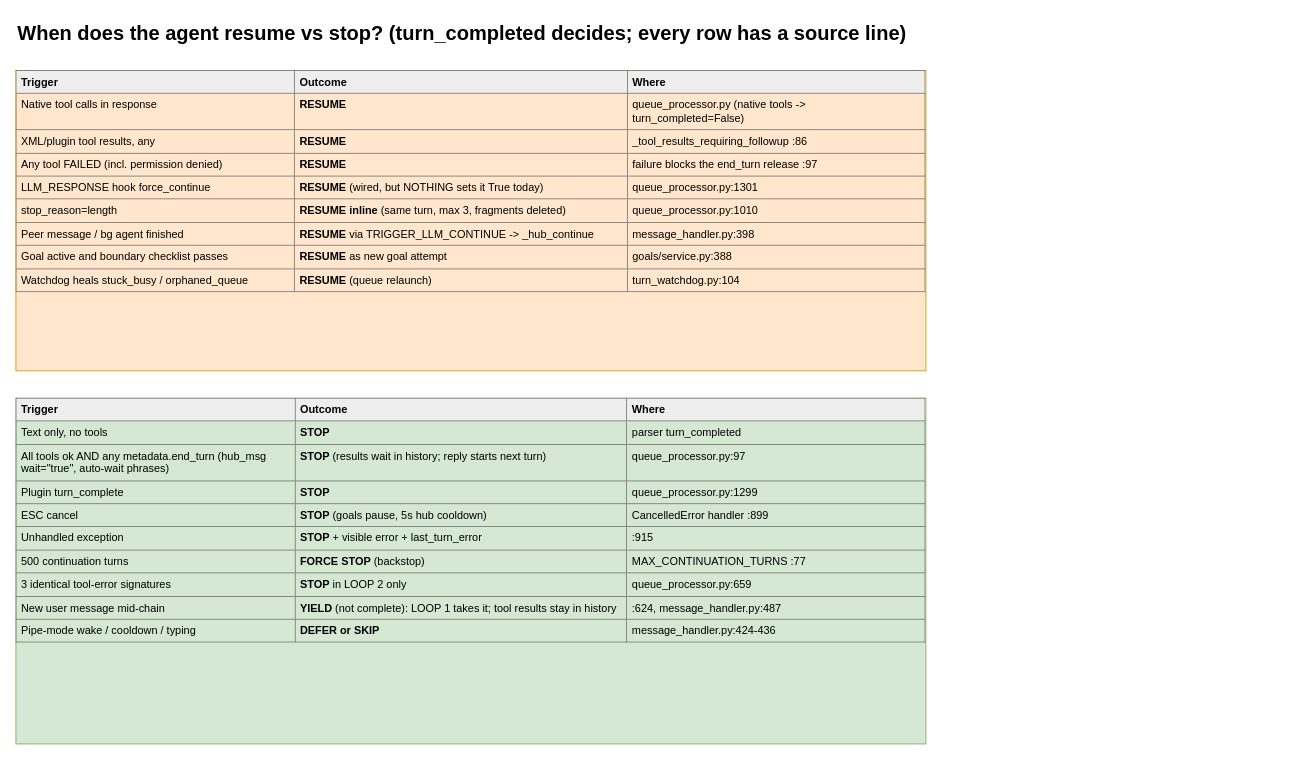
This is page "4 Resume Vs Stop" (4 of 4) of docs/diagrams/tool-call-lifecycle.drawio from kollaborai/kollab, a draw.io file, before an edit. Source tidied: cells renumbered, new cells numbered last; positions are measured from the earlier drawing's top-left corner, leaving out a move shared by most shapes. Both pictures are drawn from the tidied source at 91%, with x=0, y=0 at pixel (15, 15).
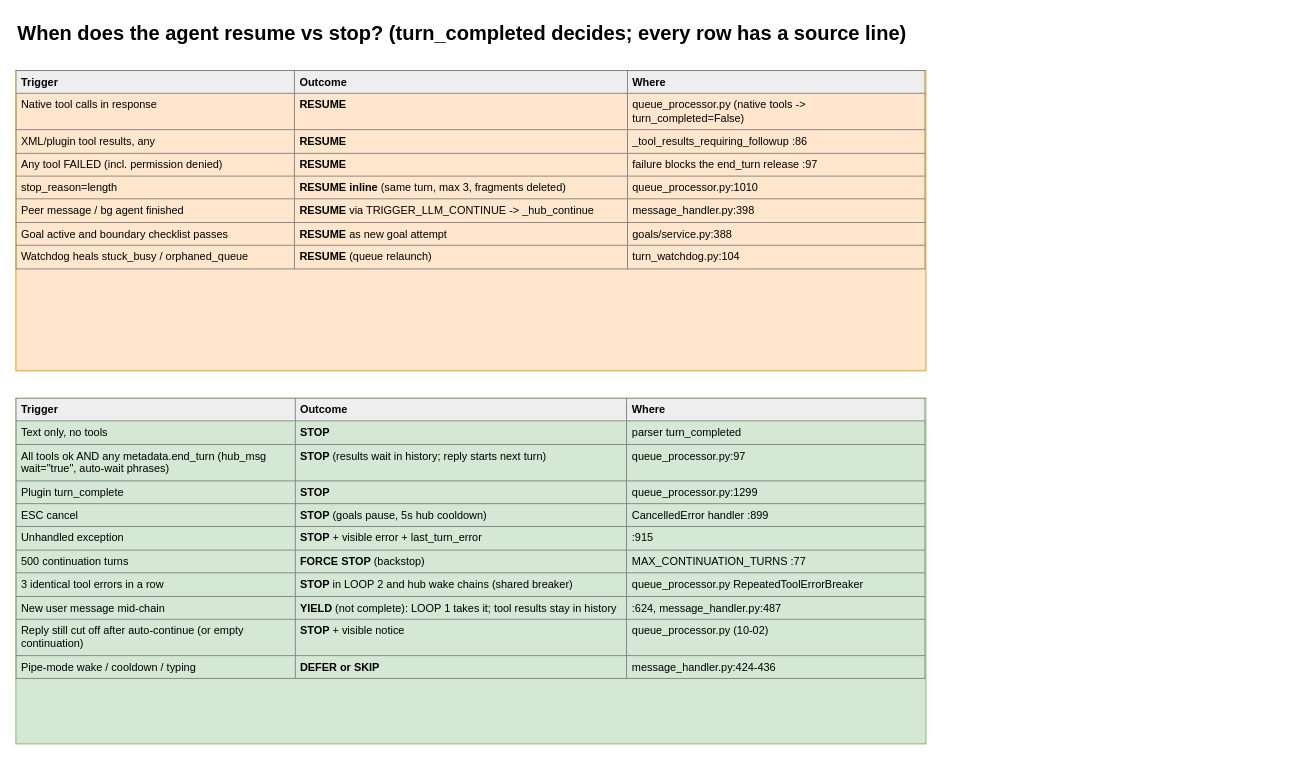
After the change.

What changed in the source:
```diff
@@
 <mxGraphModel>
   <root>
     <mxCell id="0" />
     <mxCell id="1" parent="0" />
     <mxCell id="2" value="When does the agent resume vs stop?  (turn_completed decides; every row has a source line)" style="text;html=1;fontSize=22;fontStyle=1;align=left;" parent="1" vertex="1">
       <mxGeometry width="1400" height="40" as="geometry" />
     </mxCell>
-    <mxCell id="3" value="&lt;table border=&quot;1&quot; cellpadding=&quot;5&quot; style=&quot;border-collapse:collapse;font-size:12px;width:100%&quot;&gt;&lt;tr&gt;&lt;th style=&quot;background:#eee;text-align:left;width:300px&quot;&gt;Trigger&lt;/th&gt;&lt;th style=&quot;background:#eee;text-align:left;width:360px&quot;&gt;Outcome&lt;/th&gt;&lt;th style=&quot;background:#eee;text-align:left;width:320px&quot;&gt;Where&lt;/th&gt;&lt;/tr&gt;&lt;tr&gt;&lt;td valign=&quot;top&quot;&gt;Native tool calls in response&lt;/td&gt;&lt;td valign=&quot;top&quot;&gt;&lt;b&gt;RESUME&lt;/b&gt;&lt;/td&gt;&lt;td valign=&quot;top&quot;&gt;queue_processor.py (native tools -&gt; turn_completed=False)&lt;/td&gt;&lt;/tr&gt;&lt;tr&gt;&lt;td valign=&quot;top&quot;&gt;XML/plugin tool results, any&lt;/td&gt;&lt;td valign=&quot;top&quot;&gt;&lt;b&gt;RESUME&lt;/b&gt;&lt;/td&gt;&lt;td valign=&quot;top&quot;&gt;_tool_results_requiring_followup :86&lt;/td&gt;&lt;/tr&gt;&lt;tr&gt;&lt;td valign=&quot;top&quot;&gt;Any tool FAILED (incl. permission denied)&lt;/td&gt;&lt;td valign=&quot;top&quot;&gt;&lt;b&gt;RESUME&lt;/b&gt;&lt;/td&gt;&lt;td valign=&quot;top&quot;&gt;failure blocks the end_turn release :97&lt;/td&gt;&lt;/tr&gt;&lt;tr&gt;&lt;td valign=&quot;top&quot;&gt;LLM_RESPONSE hook force_continue&lt;/td&gt;&lt;td valign=&quot;top&quot;&gt;&lt;b&gt;RESUME&lt;/b&gt; (wired, but NOTHING sets it True today)&lt;/td&gt;&lt;td valign=&quot;top&quot;&gt;queue_processor.py:1301&lt;/td&gt;&lt;/tr&gt;&lt;tr&gt;&lt;td valign=&quot;top&quot;&gt;stop_reason=length&lt;/td&gt;&lt;td valign=&quot;top&quot;&gt;&lt;b&gt;RESUME inline&lt;/b&gt; (same turn, max 3, fragments deleted)&lt;/td&gt;&lt;td valign=&quot;top&quot;&gt;queue_processor.py:1010&lt;/td&gt;&lt;/tr&gt;&lt;tr&gt;&lt;td valign=&quot;top&quot;&gt;Peer message / bg agent finished&lt;/td&gt;&lt;td valign=&quot;top&quot;&gt;&lt;b&gt;RESUME&lt;/b&gt; via TRIGGER_LLM_CONTINUE -&gt; _hub_continue&lt;/td&gt;&lt;td valign=&quot;top&quot;&gt;message_handler.py:398&lt;/td&gt;&lt;/tr&gt;&lt;tr&gt;&lt;td valign=&quot;top&quot;&gt;Goal active and boundary checklist passes&lt;/td&gt;&lt;td valign=&quot;top&quot;&gt;&lt;b&gt;RESUME&lt;/b&gt; as new goal attempt&lt;/td&gt;&lt;td valign=&quot;top&quot;&gt;goals/service.py:388&lt;/td&gt;&lt;/tr&gt;&lt;tr&gt;&lt;td valign=&quot;top&quot;&gt;Watchdog heals stuck_busy / orphaned_queue&lt;/td&gt;&lt;td valign=&quot;top&quot;&gt;&lt;b&gt;RESUME&lt;/b&gt; (queue relaunch)&lt;/td&gt;&lt;td valign=&quot;top&quot;&gt;turn_watchdog.py:104&lt;/td&gt;&lt;/tr&gt;&lt;/table&gt;" style="text;html=1;whiteSpace=wrap;overflow=fill;fillColor=#ffe6cc;strokeColor=#d79b00;" parent="1" vertex="1">
+    <mxCell id="3" value="&lt;table border=&quot;1&quot; cellpadding=&quot;5&quot; style=&quot;border-collapse:collapse;font-size:12px;width:100%&quot;&gt;&lt;tr&gt;&lt;th style=&quot;background:#eee;text-align:left;width:300px&quot;&gt;Trigger&lt;/th&gt;&lt;th style=&quot;background:#eee;text-align:left;width:360px&quot;&gt;Outcome&lt;/th&gt;&lt;th style=&quot;background:#eee;text-align:left;width:320px&quot;&gt;Where&lt;/th&gt;&lt;/tr&gt;&lt;tr&gt;&lt;td valign=&quot;top&quot;&gt;Native tool calls in response&lt;/td&gt;&lt;td valign=&quot;top&quot;&gt;&lt;b&gt;RESUME&lt;/b&gt;&lt;/td&gt;&lt;td valign=&quot;top&quot;&gt;queue_processor.py (native tools -&gt; turn_completed=False)&lt;/td&gt;&lt;/tr&gt;&lt;tr&gt;&lt;td valign=&quot;top&quot;&gt;XML/plugin tool results, any&lt;/td&gt;&lt;td valign=&quot;top&quot;&gt;&lt;b&gt;RESUME&lt;/b&gt;&lt;/td&gt;&lt;td valign=&quot;top&quot;&gt;_tool_results_requiring_followup :86&lt;/td&gt;&lt;/tr&gt;&lt;tr&gt;&lt;td valign=&quot;top&quot;&gt;Any tool FAILED (incl. permission denied)&lt;/td&gt;&lt;td valign=&quot;top&quot;&gt;&lt;b&gt;RESUME&lt;/b&gt;&lt;/td&gt;&lt;td valign=&quot;top&quot;&gt;failure blocks the end_turn release :97&lt;/td&gt;&lt;/tr&gt;&lt;tr&gt;&lt;td valign=&quot;top&quot;&gt;stop_reason=length&lt;/td&gt;&lt;td valign=&quot;top&quot;&gt;&lt;b&gt;RESUME inline&lt;/b&gt; (same turn, max 3, fragments deleted)&lt;/td&gt;&lt;td valign=&quot;top&quot;&gt;queue_processor.py:1010&lt;/td&gt;&lt;/tr&gt;&lt;tr&gt;&lt;td valign=&quot;top&quot;&gt;Peer message / bg agent finished&lt;/td&gt;&lt;td valign=&quot;top&quot;&gt;&lt;b&gt;RESUME&lt;/b&gt; via TRIGGER_LLM_CONTINUE -&gt; _hub_continue&lt;/td&gt;&lt;td valign=&quot;top&quot;&gt;message_handler.py:398&lt;/td&gt;&lt;/tr&gt;&lt;tr&gt;&lt;td valign=&quot;top&quot;&gt;Goal active and boundary checklist passes&lt;/td&gt;&lt;td valign=&quot;top&quot;&gt;&lt;b&gt;RESUME&lt;/b&gt; as new goal attempt&lt;/td&gt;&lt;td valign=&quot;top&quot;&gt;goals/service.py:388&lt;/td&gt;&lt;/tr&gt;&lt;tr&gt;&lt;td valign=&quot;top&quot;&gt;Watchdog heals stuck_busy / orphaned_queue&lt;/td&gt;&lt;td valign=&quot;top&quot;&gt;&lt;b&gt;RESUME&lt;/b&gt; (queue relaunch)&lt;/td&gt;&lt;td valign=&quot;top&quot;&gt;turn_watchdog.py:104&lt;/td&gt;&lt;/tr&gt;&lt;/table&gt;" style="text;html=1;whiteSpace=wrap;overflow=fill;fillColor=#ffe6cc;strokeColor=#d79b00;" parent="1" vertex="1">
       <mxGeometry y="60" width="1000" height="330" as="geometry" />
     </mxCell>
-    <mxCell id="4" value="&lt;table border=&quot;1&quot; cellpadding=&quot;5&quot; style=&quot;border-collapse:collapse;font-size:12px;width:100%&quot;&gt;&lt;tr&gt;&lt;th style=&quot;background:#eee;text-align:left;width:300px&quot;&gt;Trigger&lt;/th&gt;&lt;th style=&quot;background:#eee;text-align:left;width:360px&quot;&gt;Outcome&lt;/th&gt;&lt;th style=&quot;background:#eee;text-align:left;width:320px&quot;&gt;Where&lt;/th&gt;&lt;/tr&gt;&lt;tr&gt;&lt;td valign=&quot;top&quot;&gt;Text only, no tools&lt;/td&gt;&lt;td valign=&quot;top&quot;&gt;&lt;b&gt;STOP&lt;/b&gt;&lt;/td&gt;&lt;td valign=&quot;top&quot;&gt;parser turn_completed&lt;/td&gt;&lt;/tr&gt;&lt;tr&gt;&lt;td valign=&quot;top&quot;&gt;All tools ok AND any metadata.end_turn (hub_msg wait=&quot;true&quot;, auto-wait phrases)&lt;/td&gt;&lt;td valign=&quot;top&quot;&gt;&lt;b&gt;STOP&lt;/b&gt; (results wait in history; reply starts next turn)&lt;/td&gt;&lt;td valign=&quot;top&quot;&gt;queue_processor.py:97&lt;/td&gt;&lt;/tr&gt;&lt;tr&gt;&lt;td valign=&quot;top&quot;&gt;Plugin turn_complete&lt;/td&gt;&lt;td valign=&quot;top&quot;&gt;&lt;b&gt;STOP&lt;/b&gt;&lt;/td&gt;&lt;td valign=&quot;top&quot;&gt;queue_processor.py:1299&lt;/td&gt;&lt;/tr&gt;&lt;tr&gt;&lt;td valign=&quot;top&quot;&gt;ESC cancel&lt;/td&gt;&lt;td valign=&quot;top&quot;&gt;&lt;b&gt;STOP&lt;/b&gt; (goals pause, 5s hub cooldown)&lt;/td&gt;&lt;td valign=&quot;top&quot;&gt;CancelledError handler :899&lt;/td&gt;&lt;/tr&gt;&lt;tr&gt;&lt;td valign=&quot;top&quot;&gt;Unhandled exception&lt;/td&gt;&lt;td valign=&quot;top&quot;&gt;&lt;b&gt;STOP&lt;/b&gt; + visible error + last_turn_error&lt;/td&gt;&lt;td valign=&quot;top&quot;&gt;:915&lt;/td&gt;&lt;/tr&gt;&lt;tr&gt;&lt;td valign=&quot;top&quot;&gt;500 continuation turns&lt;/td&gt;&lt;td valign=&quot;top&quot;&gt;&lt;b&gt;FORCE STOP&lt;/b&gt; (backstop)&lt;/td&gt;&lt;td valign=&quot;top&quot;&gt;MAX_CONTINUATION_TURNS :77&lt;/td&gt;&lt;/tr&gt;&lt;tr&gt;&lt;td valign=&quot;top&quot;&gt;3 identical tool-error signatures&lt;/td&gt;&lt;td valign=&quot;top&quot;&gt;&lt;b&gt;STOP&lt;/b&gt; in LOOP 2 only&lt;/td&gt;&lt;td valign=&quot;top&quot;&gt;queue_processor.py:659&lt;/td&gt;&lt;/tr&gt;&lt;tr&gt;&lt;td valign=&quot;top&quot;&gt;New user message mid-chain&lt;/td&gt;&lt;td valign=&quot;top&quot;&gt;&lt;b&gt;YIELD&lt;/b&gt; (not complete): LOOP 1 takes it; tool results stay in history&lt;/td&gt;&lt;td valign=&quot;top&quot;&gt;:624, message_handler.py:487&lt;/td&gt;&lt;/tr&gt;&lt;tr&gt;&lt;td valign=&quot;top&quot;&gt;Pipe-mode wake / cooldown / typing&lt;/td&gt;&lt;td valign=&quot;top&quot;&gt;&lt;b&gt;DEFER or SKIP&lt;/b&gt;&lt;/td&gt;&lt;td valign=&quot;top&quot;&gt;message_handler.py:424-436&lt;/td&gt;&lt;/tr&gt;&lt;/table&gt;" style="text;html=1;whiteSpace=wrap;overflow=fill;fillColor=#d5e8d4;strokeColor=#82b366;" parent="1" vertex="1">
+    <mxCell id="4" value="&lt;table border=&quot;1&quot; cellpadding=&quot;5&quot; style=&quot;border-collapse:collapse;font-size:12px;width:100%&quot;&gt;&lt;tr&gt;&lt;th style=&quot;background:#eee;text-align:left;width:300px&quot;&gt;Trigger&lt;/th&gt;&lt;th style=&quot;background:#eee;text-align:left;width:360px&quot;&gt;Outcome&lt;/th&gt;&lt;th style=&quot;background:#eee;text-align:left;width:320px&quot;&gt;Where&lt;/th&gt;&lt;/tr&gt;&lt;tr&gt;&lt;td valign=&quot;top&quot;&gt;Text only, no tools&lt;/td&gt;&lt;td valign=&quot;top&quot;&gt;&lt;b&gt;STOP&lt;/b&gt;&lt;/td&gt;&lt;td valign=&quot;top&quot;&gt;parser turn_completed&lt;/td&gt;&lt;/tr&gt;&lt;tr&gt;&lt;td valign=&quot;top&quot;&gt;All tools ok AND any metadata.end_turn (hub_msg wait=&quot;true&quot;, auto-wait phrases)&lt;/td&gt;&lt;td valign=&quot;top&quot;&gt;&lt;b&gt;STOP&lt;/b&gt; (results wait in history; reply starts next turn)&lt;/td&gt;&lt;td valign=&quot;top&quot;&gt;queue_processor.py:97&lt;/td&gt;&lt;/tr&gt;&lt;tr&gt;&lt;td valign=&quot;top&quot;&gt;Plugin turn_complete&lt;/td&gt;&lt;td valign=&quot;top&quot;&gt;&lt;b&gt;STOP&lt;/b&gt;&lt;/td&gt;&lt;td valign=&quot;top&quot;&gt;queue_processor.py:1299&lt;/td&gt;&lt;/tr&gt;&lt;tr&gt;&lt;td valign=&quot;top&quot;&gt;ESC cancel&lt;/td&gt;&lt;td valign=&quot;top&quot;&gt;&lt;b&gt;STOP&lt;/b&gt; (goals pause, 5s hub cooldown)&lt;/td&gt;&lt;td valign=&quot;top&quot;&gt;CancelledError handler :899&lt;/td&gt;&lt;/tr&gt;&lt;tr&gt;&lt;td valign=&quot;top&quot;&gt;Unhandled exception&lt;/td&gt;&lt;td valign=&quot;top&quot;&gt;&lt;b&gt;STOP&lt;/b&gt; + visible error + last_turn_error&lt;/td&gt;&lt;td valign=&quot;top&quot;&gt;:915&lt;/td&gt;&lt;/tr&gt;&lt;tr&gt;&lt;td valign=&quot;top&quot;&gt;500 continuation turns&lt;/td&gt;&lt;td valign=&quot;top&quot;&gt;&lt;b&gt;FORCE STOP&lt;/b&gt; (backstop)&lt;/td&gt;&lt;td valign=&quot;top&quot;&gt;MAX_CONTINUATION_TURNS :77&lt;/td&gt;&lt;/tr&gt;&lt;tr&gt;&lt;td valign=&quot;top&quot;&gt;3 identical tool errors in a row&lt;/td&gt;&lt;td valign=&quot;top&quot;&gt;&lt;b&gt;STOP&lt;/b&gt; in LOOP 2 and hub wake chains (shared breaker)&lt;/td&gt;&lt;td valign=&quot;top&quot;&gt;queue_processor.py RepeatedToolErrorBreaker&lt;/td&gt;&lt;/tr&gt;&lt;tr&gt;&lt;td valign=&quot;top&quot;&gt;New user message mid-chain&lt;/td&gt;&lt;td valign=&quot;top&quot;&gt;&lt;b&gt;YIELD&lt;/b&gt; (not complete): LOOP 1 takes it; tool results stay in history&lt;/td&gt;&lt;td valign=&quot;top&quot;&gt;:624, message_handler.py:487&lt;/td&gt;&lt;/tr&gt;&lt;tr&gt;&lt;td valign=&quot;top&quot;&gt;Reply still cut off after auto-continue (or empty continuation)&lt;/td&gt;&lt;td valign=&quot;top&quot;&gt;&lt;b&gt;STOP&lt;/b&gt; + visible notice&lt;/td&gt;&lt;td valign=&quot;top&quot;&gt;queue_processor.py (10-02)&lt;/td&gt;&lt;/tr&gt;&lt;tr&gt;&lt;td valign=&quot;top&quot;&gt;Pipe-mode wake / cooldown / typing&lt;/td&gt;&lt;td valign=&quot;top&quot;&gt;&lt;b&gt;DEFER or SKIP&lt;/b&gt;&lt;/td&gt;&lt;td valign=&quot;top&quot;&gt;message_handler.py:424-436&lt;/td&gt;&lt;/tr&gt;&lt;/table&gt;" style="text;html=1;whiteSpace=wrap;overflow=fill;fillColor=#d5e8d4;strokeColor=#82b366;" parent="1" vertex="1">
       <mxGeometry y="420" width="1000" height="380" as="geometry" />
     </mxCell>
   </root>
 </mxGraphModel>
```
